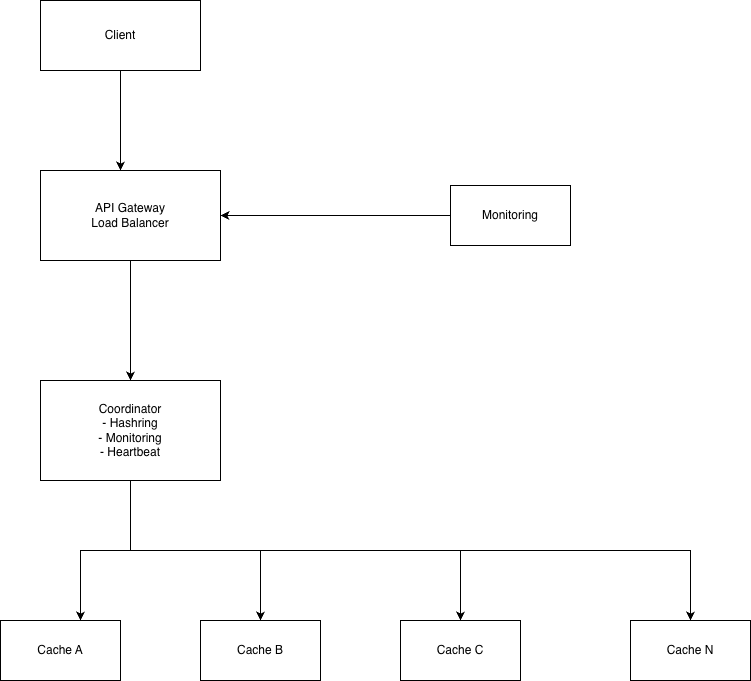
codersrule/distcache keeps this draw.io diagram as distchace_diagram.png. Above is the earlier version. Source tidied: cells renumbered, new cells last; positions are measured from the earlier drawing's top-left corner, leaving out a move shared by most shapes.
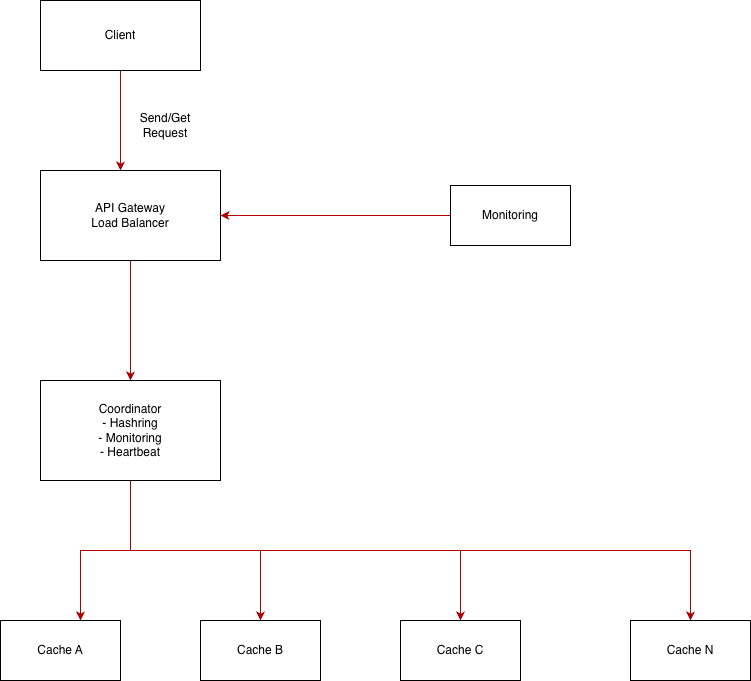
After the change.

Commit message:
Add initial system architecture design

Change to the diagram source:
```diff
@@ -2,7 +2,7 @@
   <root>
     <mxCell id="0" />
     <mxCell id="1" parent="0" />
-    <mxCell id="2" style="edgeStyle=orthogonalEdgeStyle;rounded=0;jettySize=auto;html=1;" parent="1" edge="1" source="3" target="9">
+    <mxCell id="2" style="edgeStyle=orthogonalEdgeStyle;rounded=0;jettySize=auto;html=1;fillColor=#e51400;strokeColor=#B20000;" parent="1" edge="1" source="3" target="9">
       <mxGeometry relative="1" as="geometry">
         <Array as="points">
           <mxPoint x="120" y="140" />
@@ -13,10 +13,10 @@
     <mxCell id="3" value="Client" style="rounded=0;whiteSpace=wrap;html=1;" parent="1" vertex="1">
       <mxGeometry x="40" width="160" height="70" as="geometry" />
     </mxCell>
-    <mxCell id="4" style="edgeStyle=orthogonalEdgeStyle;rounded=0;jettySize=auto;html=1;" parent="1" edge="1" source="7" target="11">
+    <mxCell id="4" style="edgeStyle=orthogonalEdgeStyle;rounded=0;jettySize=auto;html=1;fillColor=#e51400;strokeColor=#B20000;" parent="1" edge="1" source="7" target="11">
       <mxGeometry relative="1" as="geometry" />
     </mxCell>
-    <mxCell id="5" style="edgeStyle=orthogonalEdgeStyle;rounded=0;jettySize=auto;html=1;" parent="1" edge="1" source="7" target="12">
+    <mxCell id="5" style="edgeStyle=orthogonalEdgeStyle;rounded=0;jettySize=auto;html=1;fillColor=#e51400;strokeColor=#B20000;" parent="1" edge="1" source="7" target="12">
       <mxGeometry relative="1" as="geometry">
         <Array as="points">
           <mxPoint x="130" y="550" />
@@ -24,7 +24,7 @@
         </Array>
       </mxGeometry>
     </mxCell>
-    <mxCell id="6" style="edgeStyle=orthogonalEdgeStyle;rounded=0;jettySize=auto;html=1;" parent="1" edge="1" source="7" target="13">
+    <mxCell id="6" style="edgeStyle=orthogonalEdgeStyle;rounded=0;jettySize=auto;html=1;fillColor=#e51400;strokeColor=#B20000;" parent="1" edge="1" source="7" target="13">
       <mxGeometry relative="1" as="geometry">
         <Array as="points">
           <mxPoint x="130" y="550" />
@@ -35,7 +35,7 @@
     <mxCell id="7" value="Coordinator&lt;div&gt;- Hashring&lt;/div&gt;&lt;div&gt;- Monitoring&lt;/div&gt;&lt;div&gt;- Heartbeat&lt;/div&gt;" style="rounded=0;whiteSpace=wrap;html=1;" parent="1" vertex="1">
       <mxGeometry x="40" y="380" width="180" height="100" as="geometry" />
     </mxCell>
-    <mxCell id="8" style="edgeStyle=orthogonalEdgeStyle;rounded=0;jettySize=auto;html=1;entryX=0.5;entryY=0;entryDx=0;entryDy=0;" parent="1" edge="1" source="9" target="7">
+    <mxCell id="8" style="edgeStyle=orthogonalEdgeStyle;rounded=0;jettySize=auto;html=1;entryX=0.5;entryY=0;entryDx=0;entryDy=0;fillColor=#e51400;strokeColor=#B20000;" parent="1" edge="1" source="9" target="7">
       <mxGeometry relative="1" as="geometry" />
     </mxCell>
     <mxCell id="9" value="API Gateway&lt;div&gt;Load Balancer&lt;/div&gt;" style="rounded=0;whiteSpace=wrap;html=1;" parent="1" vertex="1">
@@ -53,14 +53,17 @@
     <mxCell id="13" value="Cache N" style="rounded=0;whiteSpace=wrap;html=1;" parent="1" vertex="1">
       <mxGeometry x="630" y="620" width="120" height="60" as="geometry" />
     </mxCell>
-    <mxCell id="14" style="edgeStyle=orthogonalEdgeStyle;rounded=0;jettySize=auto;html=1;entryX=1;entryY=0.5;entryDx=0;entryDy=0;" parent="1" edge="1" source="15" target="9">
+    <mxCell id="14" style="edgeStyle=orthogonalEdgeStyle;rounded=0;jettySize=auto;html=1;entryX=1;entryY=0.5;entryDx=0;entryDy=0;fillColor=#e51400;strokeColor=#B20000;" parent="1" edge="1" source="15" target="9">
       <mxGeometry relative="1" as="geometry" />
     </mxCell>
     <mxCell id="15" value="Monitoring" style="rounded=0;whiteSpace=wrap;html=1;" parent="1" vertex="1">
       <mxGeometry x="450" y="185" width="120" height="60" as="geometry" />
     </mxCell>
-    <mxCell id="16" style="edgeStyle=orthogonalEdgeStyle;rounded=0;jettySize=auto;html=1;entryX=0.667;entryY=0;entryDx=0;entryDy=0;entryPerimeter=0;" parent="1" edge="1" source="7" target="10">
+    <mxCell id="16" style="edgeStyle=orthogonalEdgeStyle;rounded=0;jettySize=auto;html=1;entryX=0.667;entryY=0;entryDx=0;entryDy=0;entryPerimeter=0;fillColor=#e51400;strokeColor=#B20000;" parent="1" edge="1" source="7" target="10">
       <mxGeometry relative="1" as="geometry" />
     </mxCell>
+    <mxCell id="17" value="Send/Get Request" style="text;html=1;whiteSpace=wrap;strokeColor=none;fillColor=none;align=center;verticalAlign=middle;rounded=0;" parent="1" vertex="1">
+      <mxGeometry x="130" y="110" width="70" height="30" as="geometry" />
+    </mxCell>
   </root>
 </mxGraphModel>
```
